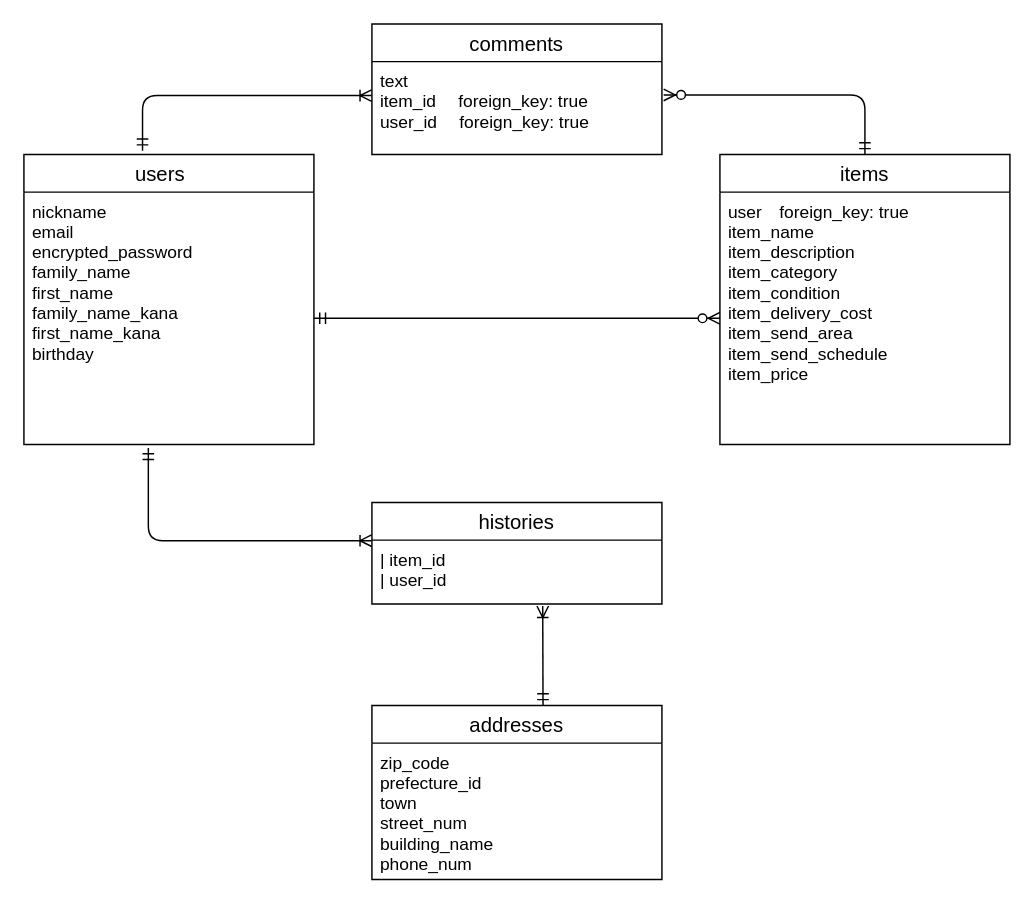
tanabata000/furima-36875 keeps this draw.io diagram as FURIMA.dio. Above is the earlier version. Source tidied: cells renumbered, new cells numbered last; positions are measured from the earlier drawing's top-left corner, leaving out a move shared by most shapes. Both pictures are drawn from the tidied source at 145%, with x=0, y=0 at pixel (23, 23).
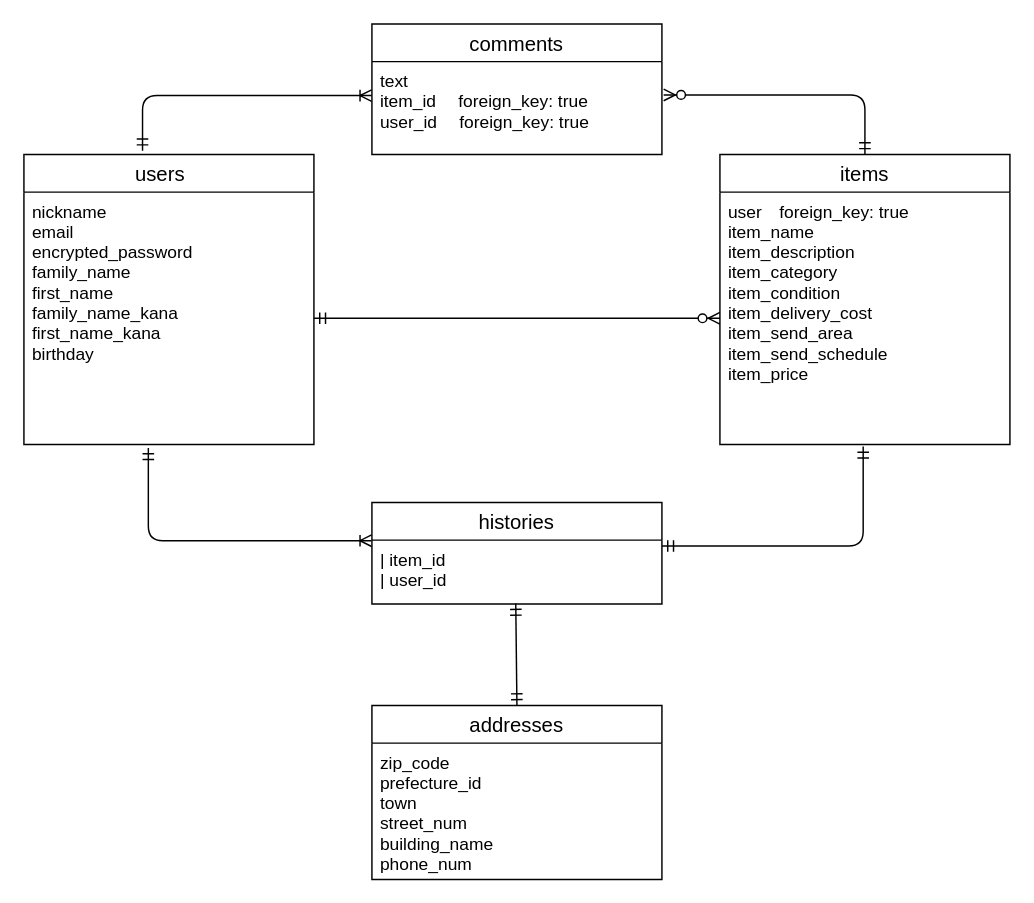
The same diagram, later.

Commit message (it also covers changes not shown here):
テーブル設計（修正02）

アソシエーション修正
ユニーク制約修正

Unchanged cells that the change refers to:
```xml
<mxCell id="5" value="user　foreign_key: true&#10;item_name &#10;item_description&#10;item_category&#10;item_condition&#10;item_delivery_cost &#10;item_send_area &#10;item_send_schedule &#10;item_price&#10;" style="text;strokeColor=none;fillColor=none;spacingLeft=4;spacingRight=4;overflow=hidden;points=[[0,0.5],[1,0.5]];portConstraint=eastwest;fontSize=12;" parent="4" vertex="1">
  <mxGeometry y="26" width="200" height="174" as="geometry" />
</mxCell>
<mxCell id="11" value="| item_id&#10;| user_id" style="text;strokeColor=none;fillColor=none;spacingLeft=4;spacingRight=4;overflow=hidden;points=[[0,0.5],[1,0.5]];portConstraint=eastwest;fontSize=12;" parent="10" vertex="1">
  <mxGeometry y="26" width="200" height="44" as="geometry" />
</mxCell>
<mxCell id="12" value="addresses" style="swimlane;fontStyle=0;horizontal=1;startSize=26;align=center;fontSize=14;" parent="1" vertex="1">
  <mxGeometry x="240" y="470" width="200" height="120" as="geometry" />
</mxCell>
```

The edit, as a diff of the source:
```diff
@@
-    <mxCell id="16" style="fontSize=12;html=1;endArrow=ERoneToMany;startArrow=ERmandOne;entryX=0.589;entryY=1.032;entryDx=0;entryDy=0;entryPerimeter=0;" parent="1" edge="1" target="11">
-      <mxGeometry relative="1" as="geometry">
-        <mxPoint x="358" y="470" as="sourcePoint" />
-      </mxGeometry>
-    </mxCell>
+    <mxCell id="17" style="edgeStyle=orthogonalEdgeStyle;fontSize=12;html=1;endArrow=ERmandOne;startArrow=ERmandOne;entryX=0.494;entryY=1.008;entryDx=0;entryDy=0;entryPerimeter=0;" parent="1" edge="1" target="5">
+      <mxGeometry relative="1" as="geometry">
+        <mxPoint x="440" y="360" as="sourcePoint" />
+        <Array as="points">
+          <mxPoint x="440" y="360" />
+          <mxPoint x="579" y="360" />
+        </Array>
+      </mxGeometry>
+    </mxCell>
+    <mxCell id="18" style="fontSize=12;html=1;endArrow=ERmandOne;startArrow=ERmandOne;entryX=0.5;entryY=0;entryDx=0;entryDy=0;exitX=0.496;exitY=0.995;exitDx=0;exitDy=0;exitPerimeter=0;" parent="1" edge="1" source="11" target="12">
+      <mxGeometry relative="1" as="geometry" />
+    </mxCell>
```
